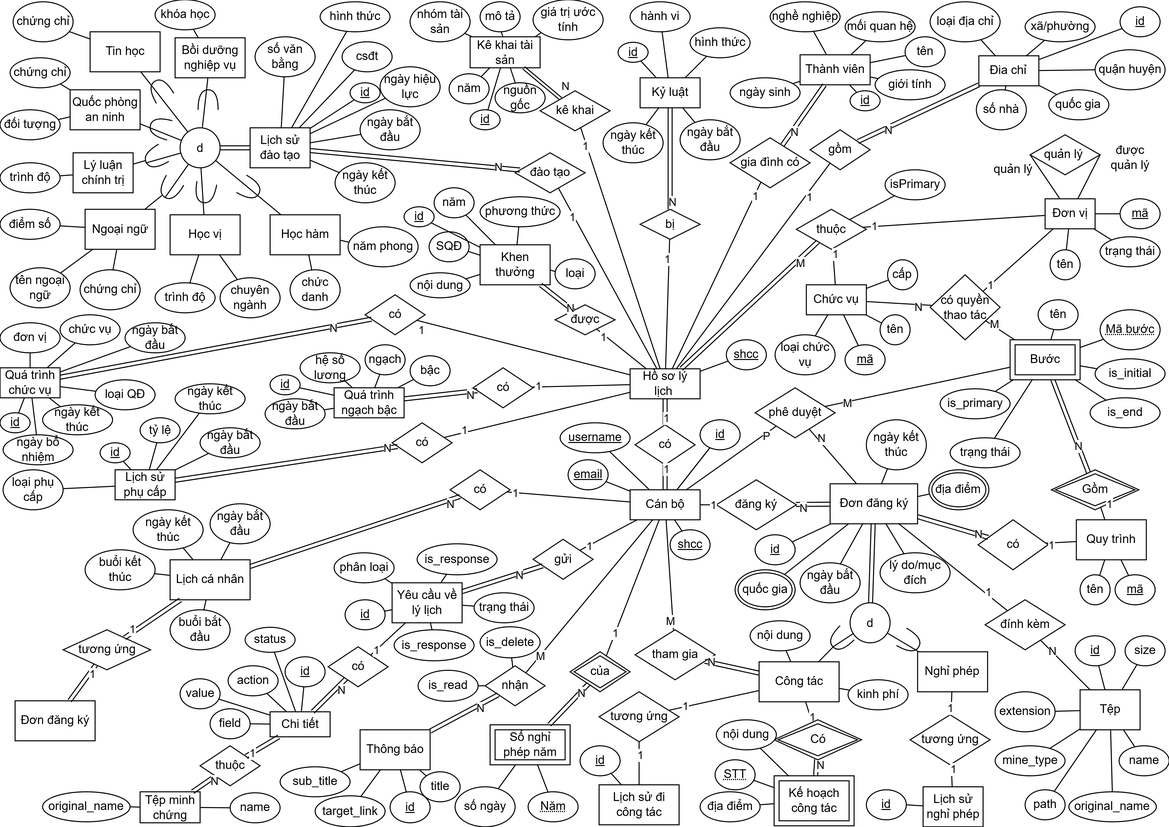
The draw.io diagram image/erd/erd.png in xchinh/Report-DATN, before a commit. Source tidied: cells renumbered, new cells last; positions are measured from the earlier drawing's top-left corner, leaving out a move shared by most shapes.
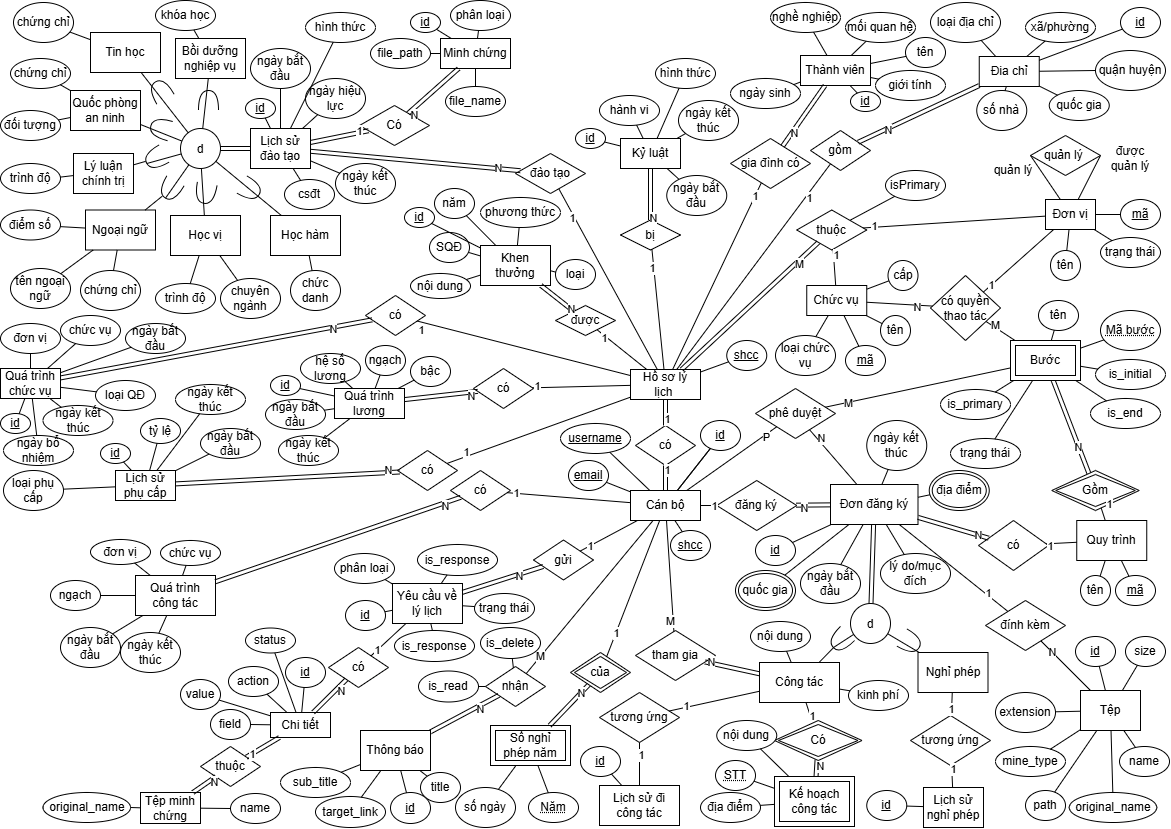
The same file after the commit.

The edit, as a diff of the source:
```diff
@@ -536,31 +536,12 @@
     <mxCell id="171" style="rounded=0;jettySize=auto;html=1;endArrow=none;endFill=0;" parent="1" edge="1" source="170" target="26">
       <mxGeometry relative="1" as="geometry" />
     </mxCell>
-    <mxCell id="172" value="Kê khai tài sản" style="rounded=0;whiteSpace=wrap;html=1;" parent="1" vertex="1">
-      <mxGeometry x="470" y="37" width="70" height="31" as="geometry" />
-    </mxCell>
     <mxCell id="173" value="Lịch sử đào tạo" style="rounded=0;whiteSpace=wrap;html=1;" parent="1" vertex="1">
       <mxGeometry x="250" y="128" width="60" height="40" as="geometry" />
     </mxCell>
-    <mxCell id="174" value="kê khai" style="shape=rhombus;perimeter=rhombusPerimeter;whiteSpace=wrap;html=1;align=center;" parent="1" vertex="1">
-      <mxGeometry x="540" y="91" width="70" height="40" as="geometry" />
-    </mxCell>
     <mxCell id="175" value="đào tạo" style="shape=rhombus;perimeter=rhombusPerimeter;whiteSpace=wrap;html=1;align=center;" parent="1" vertex="1">
       <mxGeometry x="515" y="153" width="70" height="40" as="geometry" />
     </mxCell>
-    <mxCell id="176" style="rounded=0;jettySize=auto;html=1;endArrow=none;endFill=0;" parent="1" edge="1" source="174" target="7">
-      <mxGeometry relative="1" as="geometry" />
-    </mxCell>
-    <mxCell id="177" value="1" style="edgeLabel;html=1;align=center;verticalAlign=middle;" parent="176" vertex="1">
-      <mxGeometry x="-0.66" y="-1" relative="1" as="geometry">
-        <mxPoint x="-8" y="-23" as="offset" />
-      </mxGeometry>
-    </mxCell>
-    <mxCell id="178" value="N" style="edgeLabel;html=1;align=center;verticalAlign=middle;" parent="176" vertex="1">
-      <mxGeometry x="-0.66" y="-1" relative="1" as="geometry">
-        <mxPoint x="-28" y="-83" as="offset" />
-      </mxGeometry>
-    </mxCell>
     <mxCell id="179" style="rounded=0;jettySize=auto;html=1;endArrow=none;endFill=0;" parent="1" edge="1" source="175" target="7">
       <mxGeometry relative="1" as="geometry" />
     </mxCell>
@@ -575,45 +556,6 @@
         <mxPoint x="-2" y="3" as="offset" />
       </mxGeometry>
     </mxCell>
-    <mxCell id="183" style="rounded=0;jettySize=auto;html=1;endArrow=none;endFill=0;shape=link;width=3;" parent="1" edge="1" source="172" target="174">
-      <mxGeometry relative="1" as="geometry" />
-    </mxCell>
-    <mxCell id="184" value="id" style="ellipse;whiteSpace=wrap;html=1;align=center;fontStyle=4;" parent="1" vertex="1">
-      <mxGeometry x="470" y="110" width="30" height="20" as="geometry" />
-    </mxCell>
-    <mxCell id="185" style="endArrow=none;html=1;rounded=0;" parent="1" edge="1" source="184" target="172">
-      <mxGeometry relative="1" as="geometry" />
-    </mxCell>
-    <mxCell id="186" value="năm" style="ellipse;whiteSpace=wrap;html=1;align=center;" parent="1" vertex="1">
-      <mxGeometry x="449" y="74" width="40" height="30" as="geometry" />
-    </mxCell>
-    <mxCell id="187" value="nhóm tài sản" style="ellipse;whiteSpace=wrap;html=1;align=center;" parent="1" vertex="1">
-      <mxGeometry x="410" y="2" width="60" height="40" as="geometry" />
-    </mxCell>
-    <mxCell id="188" value="mô tả" style="ellipse;whiteSpace=wrap;html=1;align=center;" parent="1" vertex="1">
-      <mxGeometry x="480" y="2" width="40" height="30" as="geometry" />
-    </mxCell>
-    <mxCell id="189" value="giá trị ước tính" style="ellipse;whiteSpace=wrap;html=1;align=center;" parent="1" vertex="1">
-      <mxGeometry x="533" width="70" height="40" as="geometry" />
-    </mxCell>
-    <mxCell id="190" style="endArrow=none;html=1;rounded=0;" parent="1" edge="1" source="189" target="172">
-      <mxGeometry relative="1" as="geometry" />
-    </mxCell>
-    <mxCell id="191" style="endArrow=none;html=1;rounded=0;" parent="1" edge="1" source="172" target="187">
-      <mxGeometry relative="1" as="geometry" />
-    </mxCell>
-    <mxCell id="192" style="endArrow=none;html=1;rounded=0;" parent="1" edge="1" source="188" target="172">
-      <mxGeometry relative="1" as="geometry" />
-    </mxCell>
-    <mxCell id="193" value="nguồn gốc" style="ellipse;whiteSpace=wrap;html=1;align=center;" parent="1" vertex="1">
-      <mxGeometry x="495" y="83" width="50" height="30" as="geometry" />
-    </mxCell>
-    <mxCell id="194" style="endArrow=none;html=1;rounded=0;" parent="1" edge="1" source="172" target="193">
-      <mxGeometry relative="1" as="geometry" />
-    </mxCell>
-    <mxCell id="195" style="endArrow=none;html=1;rounded=0;" parent="1" edge="1" source="186" target="172">
-      <mxGeometry relative="1" as="geometry" />
-    </mxCell>
     <mxCell id="196" style="shape=requiredInterface;html=1;verticalLabelPosition=bottom;sketch=0;rotation=30;" parent="1" vertex="1">
       <mxGeometry x="900" y="632" width="20" height="20" as="geometry" />
     </mxCell>
@@ -654,26 +596,23 @@
       <mxGeometry relative="1" as="geometry" />
     </mxCell>
     <mxCell id="209" value="id" style="ellipse;whiteSpace=wrap;html=1;align=center;fontStyle=4;" parent="1" vertex="1">
-      <mxGeometry x="350" y="83" width="30" height="20" as="geometry" />
+      <mxGeometry x="245" y="98" width="30" height="20" as="geometry" />
     </mxCell>
     <mxCell id="210" value="ngày bắt đầu" style="ellipse;whiteSpace=wrap;html=1;align=center;" parent="1" vertex="1">
-      <mxGeometry x="360" y="110" width="60" height="40" as="geometry" />
+      <mxGeometry x="250" y="48" width="60" height="40" as="geometry" />
     </mxCell>
     <mxCell id="211" value="ngày kết thúc" style="ellipse;whiteSpace=wrap;html=1;align=center;" parent="1" vertex="1">
       <mxGeometry x="335" y="163" width="60" height="40" as="geometry" />
     </mxCell>
     <mxCell id="212" value="hình thức" style="ellipse;whiteSpace=wrap;html=1;align=center;" parent="1" vertex="1">
-      <mxGeometry x="320" y="2" width="70" height="30" as="geometry" />
+      <mxGeometry x="305" y="12" width="70" height="30" as="geometry" />
     </mxCell>
     <mxCell id="213" value="csđt" style="ellipse;whiteSpace=wrap;html=1;align=center;" parent="1" vertex="1">
-      <mxGeometry x="342" y="42" width="50" height="30" as="geometry" />
+      <mxGeometry x="284" y="179" width="50" height="30" as="geometry" />
     </mxCell>
     <mxCell id="214" value="ngày hiệu lực" style="ellipse;whiteSpace=wrap;html=1;align=center;" parent="1" vertex="1">
-      <mxGeometry x="380" y="67" width="60" height="40" as="geometry" />
+      <mxGeometry x="305" y="78" width="60" height="40" as="geometry" />
     </mxCell>
-    <mxCell id="215" value="số văn bằng" style="ellipse;whiteSpace=wrap;html=1;align=center;" parent="1" vertex="1">
-      <mxGeometry x="255" y="37" width="60" height="40" as="geometry" />
-    </mxCell>
     <mxCell id="216" style="endArrow=none;html=1;rounded=0;" parent="1" edge="1" source="173" target="209">
       <mxGeometry relative="1" as="geometry" />
     </mxCell>
@@ -686,9 +625,6 @@
     <mxCell id="219" style="endArrow=none;html=1;rounded=0;" parent="1" edge="1" source="211" target="173">
       <mxGeometry relative="1" as="geometry" />
     </mxCell>
-    <mxCell id="220" style="endArrow=none;html=1;rounded=0;" parent="1" edge="1" source="173" target="215">
-      <mxGeometry relative="1" as="geometry" />
-    </mxCell>
     <mxCell id="221" style="endArrow=none;html=1;rounded=0;" parent="1" edge="1" source="173" target="210">
       <mxGeometry relative="1" as="geometry" />
     </mxCell>
@@ -833,12 +769,6 @@
     <mxCell id="268" value="chức danh" style="ellipse;whiteSpace=wrap;html=1;align=center;" parent="1" vertex="1">
       <mxGeometry x="290" y="270" width="50" height="40" as="geometry" />
     </mxCell>
-    <mxCell id="269" value="năm phong" style="ellipse;whiteSpace=wrap;html=1;align=center;" parent="1" vertex="1">
-      <mxGeometry x="348" y="227" width="70" height="40" as="geometry" />
-    </mxCell>
-    <mxCell id="270" style="endArrow=none;html=1;rounded=0;" parent="1" edge="1" source="269" target="263">
-      <mxGeometry relative="1" as="geometry" />
-    </mxCell>
     <mxCell id="271" style="endArrow=none;html=1;rounded=0;" parent="1" edge="1" source="268" target="263">
       <mxGeometry relative="1" as="geometry" />
     </mxCell>
@@ -1186,14 +1116,17 @@
         <mxPoint x="-29" y="-1" as="offset" />
       </mxGeometry>
     </mxCell>
-    <mxCell id="382" style="edgeStyle=orthogonalEdgeStyle;rounded=0;orthogonalLoop=1;jettySize=auto;html=1;innerLoopWaypoints=1;exitX=0.5;exitY=1;exitDx=0;exitDy=0;" parent="1" edge="1" source="186" target="186">
-      <mxGeometry relative="1" as="geometry" />
+    <mxCell id="382" style="edgeStyle=orthogonalEdgeStyle;rounded=0;orthogonalLoop=1;jettySize=auto;html=1;innerLoopWaypoints=1;exitX=0.5;exitY=1;exitDx=0;exitDy=0;" parent="1" edge="1">
+      <mxGeometry relative="1" as="geometry">
+        <mxPoint x="469" y="104" as="sourcePoint" />
+        <mxPoint x="469" y="104" as="targetPoint" />
+      </mxGeometry>
     </mxCell>
     <mxCell id="383" value="Kỷ luật" style="rounded=0;whiteSpace=wrap;html=1;" parent="1" vertex="1">
-      <mxGeometry x="640" y="78" width="60" height="30" as="geometry" />
+      <mxGeometry x="620" y="138" width="60" height="30" as="geometry" />
     </mxCell>
     <mxCell id="384" value="bị" style="shape=rhombus;perimeter=rhombusPerimeter;whiteSpace=wrap;html=1;align=center;" parent="1" vertex="1">
-      <mxGeometry x="640" y="209.5" width="60" height="30" as="geometry" />
+      <mxGeometry x="620" y="219.5" width="60" height="30" as="geometry" />
     </mxCell>
     <mxCell id="385" style="rounded=0;jettySize=auto;html=1;endArrow=none;endFill=0;" parent="1" edge="1" source="384" target="7">
       <mxGeometry relative="1" as="geometry" />
@@ -1210,19 +1143,19 @@
       </mxGeometry>
     </mxCell>
     <mxCell id="389" value="hình thức" style="ellipse;whiteSpace=wrap;html=1;align=center;" parent="1" vertex="1">
-      <mxGeometry x="690" y="28" width="60" height="30" as="geometry" />
+      <mxGeometry x="655" y="58" width="60" height="30" as="geometry" />
     </mxCell>
     <mxCell id="390" value="id" style="ellipse;whiteSpace=wrap;html=1;align=center;fontStyle=4;" parent="1" vertex="1">
-      <mxGeometry x="618" y="42.5" width="30" height="20" as="geometry" />
+      <mxGeometry x="575" y="128" width="30" height="20" as="geometry" />
     </mxCell>
     <mxCell id="391" value="hành vi" style="ellipse;whiteSpace=wrap;html=1;align=center;" parent="1" vertex="1">
-      <mxGeometry x="630" y="2" width="60" height="30" as="geometry" />
+      <mxGeometry x="599" y="95" width="60" height="30" as="geometry" />
     </mxCell>
     <mxCell id="392" value="ngày bắt đầu" style="ellipse;whiteSpace=wrap;html=1;align=center;" parent="1" vertex="1">
-      <mxGeometry x="680" y="120" width="60" height="40" as="geometry" />
+      <mxGeometry x="666.2" y="175" width="60" height="40" as="geometry" />
     </mxCell>
     <mxCell id="393" value="ngày kết thúc" style="ellipse;whiteSpace=wrap;html=1;align=center;" parent="1" vertex="1">
-      <mxGeometry x="603" y="123" width="60" height="40" as="geometry" />
+      <mxGeometry x="678" y="100" width="60" height="40" as="geometry" />
     </mxCell>
     <mxCell id="394" style="endArrow=none;html=1;rounded=0;" parent="1" edge="1" source="383" target="390">
       <mxGeometry relative="1" as="geometry" />
@@ -1289,7 +1222,7 @@
     <mxCell id="414" style="endArrow=none;html=1;rounded=0;" parent="1" edge="1" source="378" target="409">
       <mxGeometry relative="1" as="geometry" />
     </mxCell>
-    <mxCell id="415" value="Quá trình ngạch bậc" style="rounded=0;whiteSpace=wrap;html=1;" parent="1" vertex="1">
+    <mxCell id="415" value="Quá trình lương" style="rounded=0;whiteSpace=wrap;html=1;" parent="1" vertex="1">
       <mxGeometry x="334" y="388" width="70" height="30" as="geometry" />
     </mxCell>
     <mxCell id="416" value="có" style="shape=rhombus;perimeter=rhombusPerimeter;whiteSpace=wrap;html=1;align=center;" parent="1" vertex="1">
@@ -1348,7 +1281,7 @@
       <mxGeometry relative="1" as="geometry" />
     </mxCell>
     <mxCell id="433" value="có" style="shape=rhombus;perimeter=rhombusPerimeter;whiteSpace=wrap;html=1;align=center;" parent="1" vertex="1">
-      <mxGeometry x="392" y="423" width="60" height="40" as="geometry" />
+      <mxGeometry x="397" y="450" width="60" height="40" as="geometry" />
     </mxCell>
     <mxCell id="434" style="rounded=0;jettySize=auto;html=1;endArrow=none;endFill=0;" parent="1" edge="1" source="433" target="7">
       <mxGeometry relative="1" as="geometry" />
@@ -1399,8 +1332,8 @@
     <mxCell id="448" style="endArrow=none;html=1;rounded=0;" parent="1" edge="1" source="436" target="441">
       <mxGeometry relative="1" as="geometry" />
     </mxCell>
-    <mxCell id="449" value="Lịch cá nhân" style="rounded=0;whiteSpace=wrap;html=1;" parent="1" vertex="1">
-      <mxGeometry x="170" y="560" width="80" height="40" as="geometry" />
+    <mxCell id="449" value="Quá trình công tác" style="rounded=0;whiteSpace=wrap;html=1;" parent="1" vertex="1">
+      <mxGeometry x="135" y="575" width="80" height="40" as="geometry" />
     </mxCell>
     <mxCell id="450" value="có" style="shape=rhombus;perimeter=rhombusPerimeter;whiteSpace=wrap;html=1;align=center;" parent="1" vertex="1">
       <mxGeometry x="450" y="470" width="60" height="40" as="geometry" />
@@ -1421,20 +1354,17 @@
         <mxPoint x="23" y="-2" as="offset" />
       </mxGeometry>
     </mxCell>
-    <mxCell id="455" value="Đơn đăng ký" style="rounded=0;whiteSpace=wrap;html=1;" parent="1" vertex="1">
-      <mxGeometry x="15" y="701" width="80" height="40" as="geometry" />
-    </mxCell>
-    <mxCell id="456" value="ngày bắt đầu" style="ellipse;whiteSpace=wrap;html=1;align=center;" parent="1" vertex="1">
-      <mxGeometry x="210" y="504" width="60" height="40" as="geometry" />
+    <mxCell id="456" value="chức vụ" style="ellipse;whiteSpace=wrap;html=1;align=center;" parent="1" vertex="1">
+      <mxGeometry x="160" y="540" width="60" height="25" as="geometry" />
     </mxCell>
-    <mxCell id="457" value="ngày kết thúc" style="ellipse;whiteSpace=wrap;html=1;align=center;" parent="1" vertex="1">
-      <mxGeometry x="133" y="510" width="70" height="40" as="geometry" />
+    <mxCell id="457" value="đơn vị" style="ellipse;whiteSpace=wrap;html=1;align=center;" parent="1" vertex="1">
+      <mxGeometry x="90" y="539" width="60" height="25" as="geometry" />
     </mxCell>
-    <mxCell id="458" value="buổi kết thúc" style="ellipse;whiteSpace=wrap;html=1;align=center;" parent="1" vertex="1">
-      <mxGeometry x="85" y="550" width="70" height="40" as="geometry" />
+    <mxCell id="458" value="ngạch" style="ellipse;whiteSpace=wrap;html=1;align=center;" parent="1" vertex="1">
+      <mxGeometry x="50" y="580" width="50" height="30" as="geometry" />
     </mxCell>
-    <mxCell id="459" value="buổi bắt đầu" style="ellipse;whiteSpace=wrap;html=1;align=center;" parent="1" vertex="1">
-      <mxGeometry x="170" y="610" width="60" height="40" as="geometry" />
+    <mxCell id="459" value="ngày bắt đầu" style="ellipse;whiteSpace=wrap;html=1;align=center;" parent="1" vertex="1">
+      <mxGeometry x="60" y="627" width="60" height="40" as="geometry" />
     </mxCell>
     <mxCell id="460" style="endArrow=none;html=1;rounded=0;" parent="1" edge="1" source="449" target="456">
       <mxGeometry relative="1" as="geometry" />
@@ -1448,25 +1378,6 @@
     <mxCell id="463" style="endArrow=none;html=1;rounded=0;" parent="1" edge="1" source="459" target="449">
       <mxGeometry relative="1" as="geometry" />
     </mxCell>
-    <mxCell id="464" value="tương ứng" style="shape=rhombus;perimeter=rhombusPerimeter;whiteSpace=wrap;html=1;align=center;" parent="1" vertex="1">
-      <mxGeometry x="63" y="630" width="87.5" height="40" as="geometry" />
-    </mxCell>
-    <mxCell id="465" style="rounded=0;jettySize=auto;html=1;endArrow=none;endFill=0;shape=link;" parent="1" edge="1" source="464" target="455">
-      <mxGeometry relative="1" as="geometry" />
-    </mxCell>
-    <mxCell id="466" value="1" style="edgeLabel;html=1;align=center;verticalAlign=middle;" parent="465" vertex="1">
-      <mxGeometry x="-0.69" y="-2" relative="1" as="geometry">
-        <mxPoint x="2" y="4" as="offset" />
-      </mxGeometry>
-    </mxCell>
-    <mxCell id="467" style="rounded=0;jettySize=auto;html=1;endArrow=none;endFill=0;shape=link;" parent="1" edge="1" source="464" target="449">
-      <mxGeometry relative="1" as="geometry" />
-    </mxCell>
-    <mxCell id="468" value="1" style="edgeLabel;html=1;align=center;verticalAlign=middle;" parent="467" vertex="1">
-      <mxGeometry x="-0.69" y="-2" relative="1" as="geometry">
-        <mxPoint x="-2" y="-5" as="offset" />
-      </mxGeometry>
-    </mxCell>
     <mxCell id="469" value="id" style="ellipse;whiteSpace=wrap;html=1;align=center;fontStyle=4;" parent="1" vertex="1">
       <mxGeometry x="580" y="746" width="40" height="30" as="geometry" />
     </mxCell>
@@ -1488,5 +1399,61 @@
     <mxCell id="475" style="rounded=0;jettySize=auto;html=1;endArrow=none;endFill=0;" parent="1" edge="1" source="56" target="2">
       <mxGeometry relative="1" as="geometry" />
     </mxCell>
+    <mxCell id="476" value="Minh chứng" style="rounded=0;whiteSpace=wrap;html=1;" parent="1" vertex="1">
+      <mxGeometry x="440" y="38" width="70" height="30" as="geometry" />
+    </mxCell>
+    <mxCell id="477" value="Có" style="shape=rhombus;perimeter=rhombusPerimeter;whiteSpace=wrap;html=1;align=center;" parent="1" vertex="1">
+      <mxGeometry x="359" y="105" width="70" height="40" as="geometry" />
+    </mxCell>
+    <mxCell id="478" style="rounded=0;jettySize=auto;html=1;endArrow=none;endFill=0;shape=link;" parent="1" edge="1" source="477" target="173">
+      <mxGeometry relative="1" as="geometry" />
+    </mxCell>
+    <mxCell id="479" value="1" style="edgeLabel;html=1;align=center;verticalAlign=middle;" parent="478" vertex="1">
+      <mxGeometry x="-0.69" y="-2" relative="1" as="geometry" />
+    </mxCell>
+    <mxCell id="480" style="rounded=0;jettySize=auto;html=1;endArrow=none;endFill=0;shape=link;" parent="1" edge="1" source="476" target="477">
+      <mxGeometry relative="1" as="geometry" />
+    </mxCell>
+    <mxCell id="178" value="N" style="edgeLabel;html=1;align=center;verticalAlign=middle;" parent="480" vertex="1">
+      <mxGeometry x="0.8" y="4" relative="1" as="geometry">
+        <mxPoint x="-2" y="3" as="offset" />
+      </mxGeometry>
+    </mxCell>
+    <mxCell id="184" value="id" style="ellipse;whiteSpace=wrap;html=1;align=center;fontStyle=4;" parent="1" vertex="1">
+      <mxGeometry x="410" y="12" width="30" height="20" as="geometry" />
+    </mxCell>
+    <mxCell id="481" value="file_name" style="ellipse;whiteSpace=wrap;html=1;align=center;" parent="1" vertex="1">
+      <mxGeometry x="445" y="86" width="60" height="30" as="geometry" />
+    </mxCell>
+    <mxCell id="482" value="file_path" style="ellipse;whiteSpace=wrap;html=1;align=center;" parent="1" vertex="1">
+      <mxGeometry x="370" y="38" width="60" height="30" as="geometry" />
+    </mxCell>
+    <mxCell id="483" value="phân loại" style="ellipse;whiteSpace=wrap;html=1;align=center;" parent="1" vertex="1">
+      <mxGeometry x="450" width="60" height="30" as="geometry" />
+    </mxCell>
+    <mxCell id="484" value="ngày kết thúc" style="ellipse;whiteSpace=wrap;html=1;align=center;" parent="1" vertex="1">
+      <mxGeometry x="278" y="435" width="60" height="30" as="geometry" />
+    </mxCell>
+    <mxCell id="485" style="endArrow=none;html=1;rounded=0;" parent="1" edge="1" source="484" target="415">
+      <mxGeometry relative="1" as="geometry" />
+    </mxCell>
+    <mxCell id="486" style="endArrow=none;html=1;rounded=0;" parent="1" edge="1" source="476" target="483">
+      <mxGeometry relative="1" as="geometry" />
+    </mxCell>
+    <mxCell id="487" style="endArrow=none;html=1;rounded=0;" parent="1" edge="1" source="476" target="184">
+      <mxGeometry relative="1" as="geometry" />
+    </mxCell>
+    <mxCell id="488" style="endArrow=none;html=1;rounded=0;" parent="1" edge="1" source="476" target="482">
+      <mxGeometry relative="1" as="geometry" />
+    </mxCell>
+    <mxCell id="489" style="endArrow=none;html=1;rounded=0;" parent="1" edge="1" source="481" target="476">
+      <mxGeometry relative="1" as="geometry" />
+    </mxCell>
+    <mxCell id="490" value="ngày kết thúc" style="ellipse;whiteSpace=wrap;html=1;align=center;" parent="1" vertex="1">
+      <mxGeometry x="120" y="632" width="60" height="40" as="geometry" />
+    </mxCell>
+    <mxCell id="491" style="endArrow=none;html=1;rounded=0;" parent="1" edge="1" source="490" target="449">
+      <mxGeometry relative="1" as="geometry" />
+    </mxCell>
   </root>
 </mxGraphModel>
```
